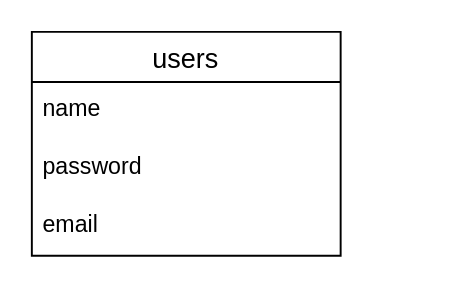
This is test.dio from kuzuyu/furima-37291, a draw.io file, before an edit. Source tidied: cells renumbered, new cells numbered last; positions are measured from the earlier drawing's top-left corner, leaving out a move shared by most shapes. Both pictures are drawn from the tidied source at 193%, with x=0, y=0 at pixel (31, 31).
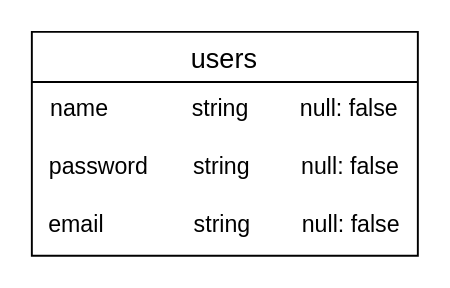
The same page after the edit.

The edit, as a diff of the source:
```diff
@@
 <mxGraphModel>
   <root>
     <mxCell id="0" />
     <mxCell id="1" parent="0" />
-    <mxCell id="2" value="users" style="swimlane;fontStyle=0;horizontal=1;startSize=26;align=center;fontSize=14;" parent="1" vertex="1">
-      <mxGeometry width="160" height="116" as="geometry" />
+    <mxCell id="2" value="users" style="swimlane;fontStyle=0;horizontal=1;startSize=26;align=center;fontSize=14;flipH=0;flipV=0;" parent="1" vertex="1">
+      <mxGeometry width="200" height="116" as="geometry" />
     </mxCell>
-    <mxCell id="3" value="name" style="text;strokeColor=none;fillColor=none;spacingLeft=4;spacingRight=4;overflow=hidden;fontSize=12;" parent="2" vertex="1">
-      <mxGeometry y="26" width="160" height="30" as="geometry" />
+    <mxCell id="3" value="name             string        null: false" style="text;strokeColor=none;fillColor=none;spacingLeft=4;spacingRight=4;overflow=hidden;fontSize=12;align=center;" parent="2" vertex="1">
+      <mxGeometry y="26" width="200" height="30" as="geometry" />
     </mxCell>
-    <mxCell id="4" value="password" style="text;strokeColor=none;fillColor=none;spacingLeft=4;spacingRight=4;overflow=hidden;fontSize=12;" parent="2" vertex="1">
-      <mxGeometry y="56" width="160" height="30" as="geometry" />
+    <mxCell id="4" value="password       string        null: false" style="text;strokeColor=none;fillColor=none;spacingLeft=4;spacingRight=4;overflow=hidden;fontSize=12;align=center;" parent="2" vertex="1">
+      <mxGeometry y="56" width="200" height="30" as="geometry" />
     </mxCell>
-    <mxCell id="5" value="email" style="text;strokeColor=none;fillColor=none;spacingLeft=4;spacingRight=4;overflow=hidden;fontSize=12;" parent="2" vertex="1">
-      <mxGeometry y="86" width="160" height="30" as="geometry" />
+    <mxCell id="5" value="email              string        null: false" style="text;strokeColor=none;fillColor=none;spacingLeft=4;spacingRight=4;overflow=hidden;fontSize=12;align=center;" parent="2" vertex="1">
+      <mxGeometry y="86" width="200" height="30" as="geometry" />
     </mxCell>
   </root>
 </mxGraphModel>
```
